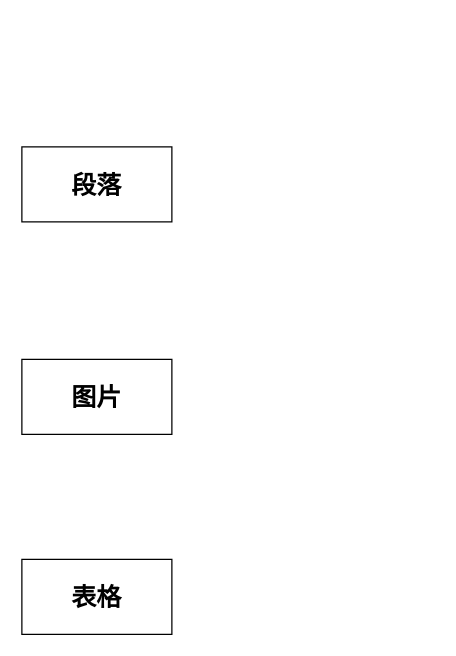
This is 构建思路.drawio from ShellRedia/PaperConclusion, a draw.io file, before an edit. Source tidied: cells renumbered, new cells numbered last; positions are measured from the earlier drawing's top-left corner, leaving out a move shared by most shapes. Both pictures are drawn from the tidied source at 125%, with x=0, y=0 at pixel (21, 146).
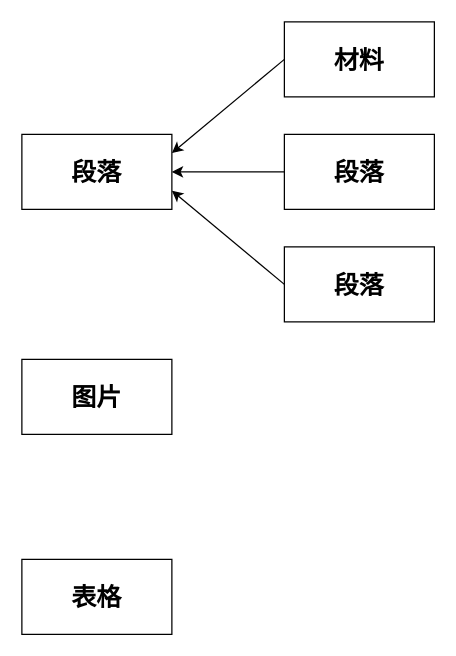
After the change.

Commit message (it also covers changes not shown here):
更新构建思路.drawio

The edit, as a diff of the source:
```diff
@@
 <mxGraphModel>
   <root>
     <mxCell id="0" />
     <mxCell id="1" parent="0" />
     <mxCell id="2" value="&lt;font style=&quot;font-size: 20px;&quot;&gt;&lt;b&gt;段落&lt;/b&gt;&lt;/font&gt;" style="rounded=0;whiteSpace=wrap;html=1;" parent="1" vertex="1">
-      <mxGeometry width="120" height="60" as="geometry" />
+      <mxGeometry y="-10" width="120" height="60" as="geometry" />
     </mxCell>
     <mxCell id="3" value="&lt;font style=&quot;font-size: 20px;&quot;&gt;&lt;b&gt;图片&lt;/b&gt;&lt;/font&gt;" style="rounded=0;whiteSpace=wrap;html=1;" parent="1" vertex="1">
       <mxGeometry y="170" width="120" height="60" as="geometry" />
     </mxCell>
     <mxCell id="4" value="&lt;font style=&quot;font-size: 20px;&quot;&gt;&lt;b&gt;表格&lt;/b&gt;&lt;/font&gt;" style="rounded=0;whiteSpace=wrap;html=1;" parent="1" vertex="1">
       <mxGeometry y="330" width="120" height="60" as="geometry" />
     </mxCell>
+    <mxCell id="5" style="rounded=0;jettySize=auto;html=1;exitX=0;exitY=0.5;exitDx=0;exitDy=0;entryX=1;entryY=0.25;entryDx=0;entryDy=0;" parent="1" edge="1" source="6" target="2">
+      <mxGeometry relative="1" as="geometry" />
+    </mxCell>
+    <mxCell id="6" value="&lt;font style=&quot;font-size: 20px;&quot;&gt;&lt;b&gt;材料&lt;/b&gt;&lt;/font&gt;" style="rounded=0;whiteSpace=wrap;html=1;" parent="1" vertex="1">
+      <mxGeometry x="210" y="-100" width="120" height="60" as="geometry" />
+    </mxCell>
+    <mxCell id="7" style="edgeStyle=none;rounded=0;jettySize=auto;html=1;exitX=0;exitY=0.5;exitDx=0;exitDy=0;entryX=1;entryY=0.5;entryDx=0;entryDy=0;" parent="1" edge="1" source="8" target="2">
+      <mxGeometry relative="1" as="geometry" />
+    </mxCell>
+    <mxCell id="8" value="&lt;font style=&quot;font-size: 20px;&quot;&gt;&lt;b&gt;段落&lt;/b&gt;&lt;/font&gt;" style="rounded=0;whiteSpace=wrap;html=1;" parent="1" vertex="1">
+      <mxGeometry x="210" y="-10" width="120" height="60" as="geometry" />
+    </mxCell>
+    <mxCell id="9" style="edgeStyle=none;rounded=0;jettySize=auto;html=1;exitX=0;exitY=0.5;exitDx=0;exitDy=0;entryX=1;entryY=0.75;entryDx=0;entryDy=0;" parent="1" edge="1" source="10" target="2">
+      <mxGeometry relative="1" as="geometry" />
+    </mxCell>
+    <mxCell id="10" value="&lt;font style=&quot;font-size: 20px;&quot;&gt;&lt;b&gt;段落&lt;/b&gt;&lt;/font&gt;" style="rounded=0;whiteSpace=wrap;html=1;" parent="1" vertex="1">
+      <mxGeometry x="210" y="80" width="120" height="60" as="geometry" />
+    </mxCell>
   </root>
 </mxGraphModel>
```
